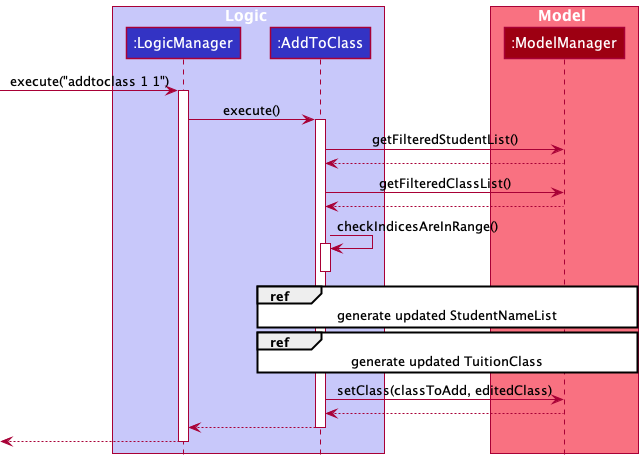
Above: docs/images/AddToClassSequenceDiagram.png in softmagnet/tp (PlantUML), before the change. The source it was exported from:
```plantuml
@startuml
!include style.puml

box Logic LOGIC_COLOR_T1
participant ":LogicManager" as LogicManager LOGIC_COLOR
participant ":AddToClass" as AddToClass LOGIC_COLOR
end box

box Model MODEL_COLOR_T1
participant ":ModelManager" as ModelManager MODEL_COLOR
end box

[-> LogicManager : execute("addtoclass 1 1")
activate LogicManager

LogicManager -> AddToClass : execute()
activate AddToClass

AddToClass -> ModelManager : getFilteredStudentList()
AddToClass <-- ModelManager
AddToClass -> ModelManager : getFilteredClassList()
AddToClass <-- ModelManager
AddToClass -> AddToClass : checkIndicesAreInRange()
activate AddToClass
deactivate

ref over AddToClass, ModelManager : generate updated StudentNameList

ref over AddToClass, ModelManager : generate updated TuitionClass

AddToClass -> ModelManager : setClass(classToAdd, editedClass)
AddToClass <-- ModelManager

return

[<--LogicManager
deactivate LogicManager

@enduml
```
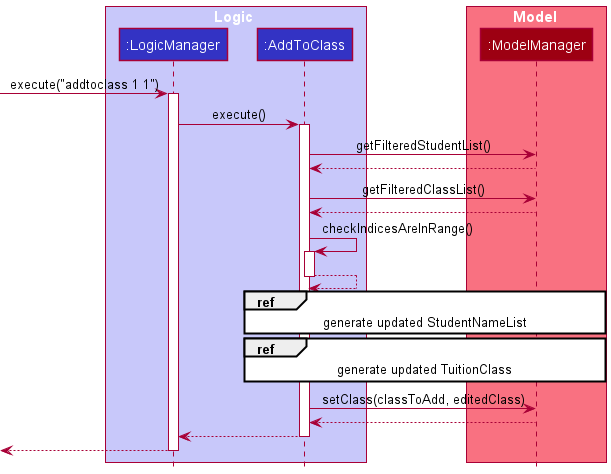
Above is the later version.

Diff of the diagram source:
```diff
@@ -22,6 +22,7 @@
 AddToClass <-- ModelManager
 AddToClass -> AddToClass : checkIndicesAreInRange()
 activate AddToClass
+AddToClass --> AddToClass
 deactivate
 
 ref over AddToClass, ModelManager : generate updated StudentNameList
```
